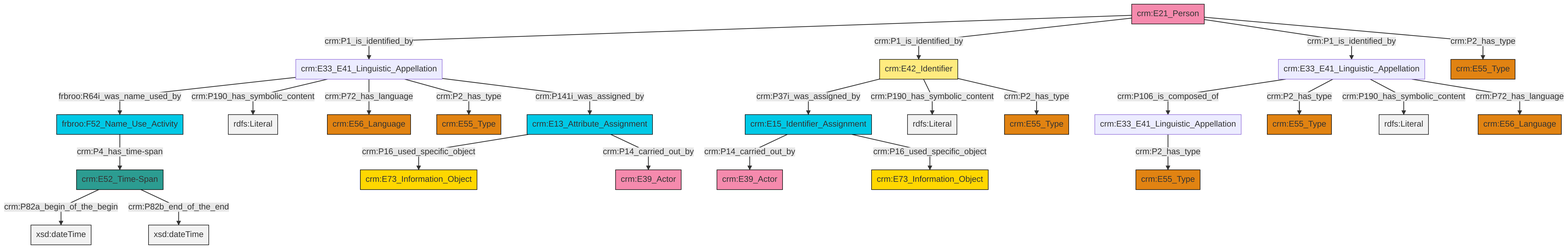
Before: et/personCSV/ttl/mmd/png/Person_Names_and_Classification.png, a diagram exported from Mermaid (swiss-art-research-net/reference-data-models). Its source is kept beside it as et/personCSV/ttl/mmd/Person_Names_and_Classification.ttl.mmd.
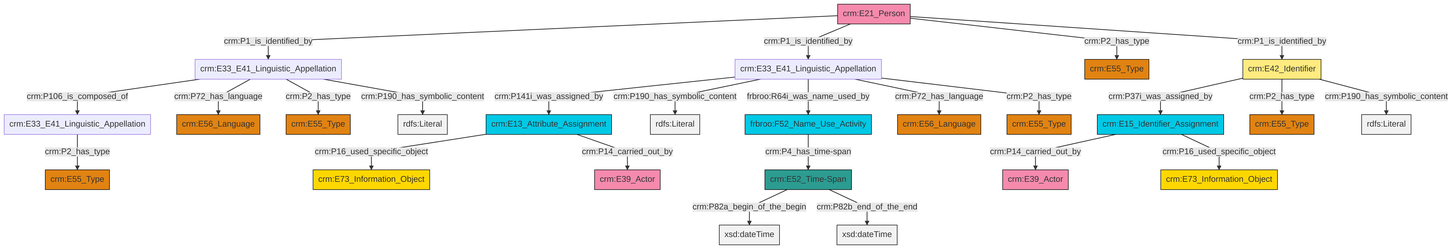
After the change.

The edit, as a diff of the source:
```diff
@@ -13,27 +13,27 @@
 classDef PC_Classes fill:#4ce600, stroke:#000000;
 classDef Multi fill:#cccccc,stroke:#000000;
 
-4["crm:E33_E41_Linguistic_Appellation"]:::Default -->|crm:P106_is_composed_of| 2["crm:E33_E41_Linguistic_Appellation"]:::Default
-4["crm:E33_E41_Linguistic_Appellation"]:::Default -->|crm:P2_has_type| 11["crm:E55_Type"]:::Type
-4["crm:E33_E41_Linguistic_Appellation"]:::Default -->|crm:P190_has_symbolic_content| 12[rdfs:Literal]:::Literal
-13["frbroo:F52_Name_Use_Activity"]:::Temporal_Entity -->|crm:P4_has_time-span| 14["crm:E52_Time-Span"]:::Time-Span
-0["crm:E13_Attribute_Assignment"]:::Temporal_Entity -->|crm:P16_used_specific_object| 17["crm:E73_Information_Object"]:::Conceptual_Object
-18["crm:E21_Person"]:::Actor -->|crm:P1_is_identified_by| 9["crm:E33_E41_Linguistic_Appellation"]:::Default
-2["crm:E33_E41_Linguistic_Appellation"]:::Default -->|crm:P2_has_type| 19["crm:E55_Type"]:::Type
-0["crm:E13_Attribute_Assignment"]:::Temporal_Entity -->|crm:P14_carried_out_by| 20["crm:E39_Actor"]:::Actor
-9["crm:E33_E41_Linguistic_Appellation"]:::Default -->|frbroo:R64i_was_name_used_by| 13["frbroo:F52_Name_Use_Activity"]:::Temporal_Entity
-5["crm:E42_Identifier"]:::Appellation -->|crm:P37i_was_assigned_by| 27["crm:E15_Identifier_Assignment"]:::Temporal_Entity
-9["crm:E33_E41_Linguistic_Appellation"]:::Default -->|crm:P190_has_symbolic_content| 28[rdfs:Literal]:::Literal
-5["crm:E42_Identifier"]:::Appellation -->|crm:P190_has_symbolic_content| 29[rdfs:Literal]:::Literal
-4["crm:E33_E41_Linguistic_Appellation"]:::Default -->|crm:P72_has_language| 30["crm:E56_Language"]:::Type
-14["crm:E52_Time-Span"]:::Time-Span -->|crm:P82a_begin_of_the_begin| 33[xsd:dateTime]:::Literal
-14["crm:E52_Time-Span"]:::Time-Span -->|crm:P82b_end_of_the_end| 37[xsd:dateTime]:::Literal
-27["crm:E15_Identifier_Assignment"]:::Temporal_Entity -->|crm:P14_carried_out_by| 15["crm:E39_Actor"]:::Actor
-9["crm:E33_E41_Linguistic_Appellation"]:::Default -->|crm:P72_has_language| 7["crm:E56_Language"]:::Type
-18["crm:E21_Person"]:::Actor -->|crm:P1_is_identified_by| 5["crm:E42_Identifier"]:::Appellation
-18["crm:E21_Person"]:::Actor -->|crm:P1_is_identified_by| 4["crm:E33_E41_Linguistic_Appellation"]:::Default
-9["crm:E33_E41_Linguistic_Appellation"]:::Default -->|crm:P2_has_type| 21["crm:E55_Type"]:::Type
-18["crm:E21_Person"]:::Actor -->|crm:P2_has_type| 40["crm:E55_Type"]:::Type
-5["crm:E42_Identifier"]:::Appellation -->|crm:P2_has_type| 35["crm:E55_Type"]:::Type
-9["crm:E33_E41_Linguistic_Appellation"]:::Default -->|crm:P141i_was_assigned_by| 0["crm:E13_Attribute_Assignment"]:::Temporal_Entity
-27["crm:E15_Identifier_Assignment"]:::Temporal_Entity -->|crm:P16_used_specific_object| 24["crm:E73_Information_Object"]:::Conceptual_Object
+0["crm:E33_E41_Linguistic_Appellation"]:::Default -->|crm:P141i_was_assigned_by| 1["crm:E13_Attribute_Assignment"]:::Temporal_Entity
+0["crm:E33_E41_Linguistic_Appellation"]:::Default -->|crm:P190_has_symbolic_content| 10[rdfs:Literal]:::Literal
+0["crm:E33_E41_Linguistic_Appellation"]:::Default -->|frbroo:R64i_was_name_used_by| 13["frbroo:F52_Name_Use_Activity"]:::Temporal_Entity
+14["crm:E21_Person"]:::Actor -->|crm:P1_is_identified_by| 15["crm:E33_E41_Linguistic_Appellation"]:::Default
+19["crm:E42_Identifier"]:::Appellation -->|crm:P37i_was_assigned_by| 17["crm:E15_Identifier_Assignment"]:::Temporal_Entity
+15["crm:E33_E41_Linguistic_Appellation"]:::Default -->|crm:P106_is_composed_of| 6["crm:E33_E41_Linguistic_Appellation"]:::Default
+14["crm:E21_Person"]:::Actor -->|crm:P1_is_identified_by| 0["crm:E33_E41_Linguistic_Appellation"]:::Default
+0["crm:E33_E41_Linguistic_Appellation"]:::Default -->|crm:P72_has_language| 8["crm:E56_Language"]:::Type
+0["crm:E33_E41_Linguistic_Appellation"]:::Default -->|crm:P2_has_type| 22["crm:E55_Type"]:::Type
+14["crm:E21_Person"]:::Actor -->|crm:P2_has_type| 23["crm:E55_Type"]:::Type
+15["crm:E33_E41_Linguistic_Appellation"]:::Default -->|crm:P72_has_language| 2["crm:E56_Language"]:::Type
+1["crm:E13_Attribute_Assignment"]:::Temporal_Entity -->|crm:P16_used_specific_object| 29["crm:E73_Information_Object"]:::Conceptual_Object
+19["crm:E42_Identifier"]:::Appellation -->|crm:P2_has_type| 20["crm:E55_Type"]:::Type
+32["crm:E52_Time-Span"]:::Time-Span -->|crm:P82a_begin_of_the_begin| 34[xsd:dateTime]:::Literal
+6["crm:E33_E41_Linguistic_Appellation"]:::Default -->|crm:P2_has_type| 4["crm:E55_Type"]:::Type
+19["crm:E42_Identifier"]:::Appellation -->|crm:P190_has_symbolic_content| 35[rdfs:Literal]:::Literal
+17["crm:E15_Identifier_Assignment"]:::Temporal_Entity -->|crm:P14_carried_out_by| 11["crm:E39_Actor"]:::Actor
+17["crm:E15_Identifier_Assignment"]:::Temporal_Entity -->|crm:P16_used_specific_object| 37["crm:E73_Information_Object"]:::Conceptual_Object
+15["crm:E33_E41_Linguistic_Appellation"]:::Default -->|crm:P2_has_type| 24["crm:E55_Type"]:::Type
+15["crm:E33_E41_Linguistic_Appellation"]:::Default -->|crm:P190_has_symbolic_content| 40[rdfs:Literal]:::Literal
+14["crm:E21_Person"]:::Actor -->|crm:P1_is_identified_by| 19["crm:E42_Identifier"]:::Appellation
+1["crm:E13_Attribute_Assignment"]:::Temporal_Entity -->|crm:P14_carried_out_by| 27["crm:E39_Actor"]:::Actor
+32["crm:E52_Time-Span"]:::Time-Span -->|crm:P82b_end_of_the_end| 42[xsd:dateTime]:::Literal
+13["frbroo:F52_Name_Use_Activity"]:::Temporal_Entity -->|crm:P4_has_time-span| 32["crm:E52_Time-Span"]:::Time-Span
```
